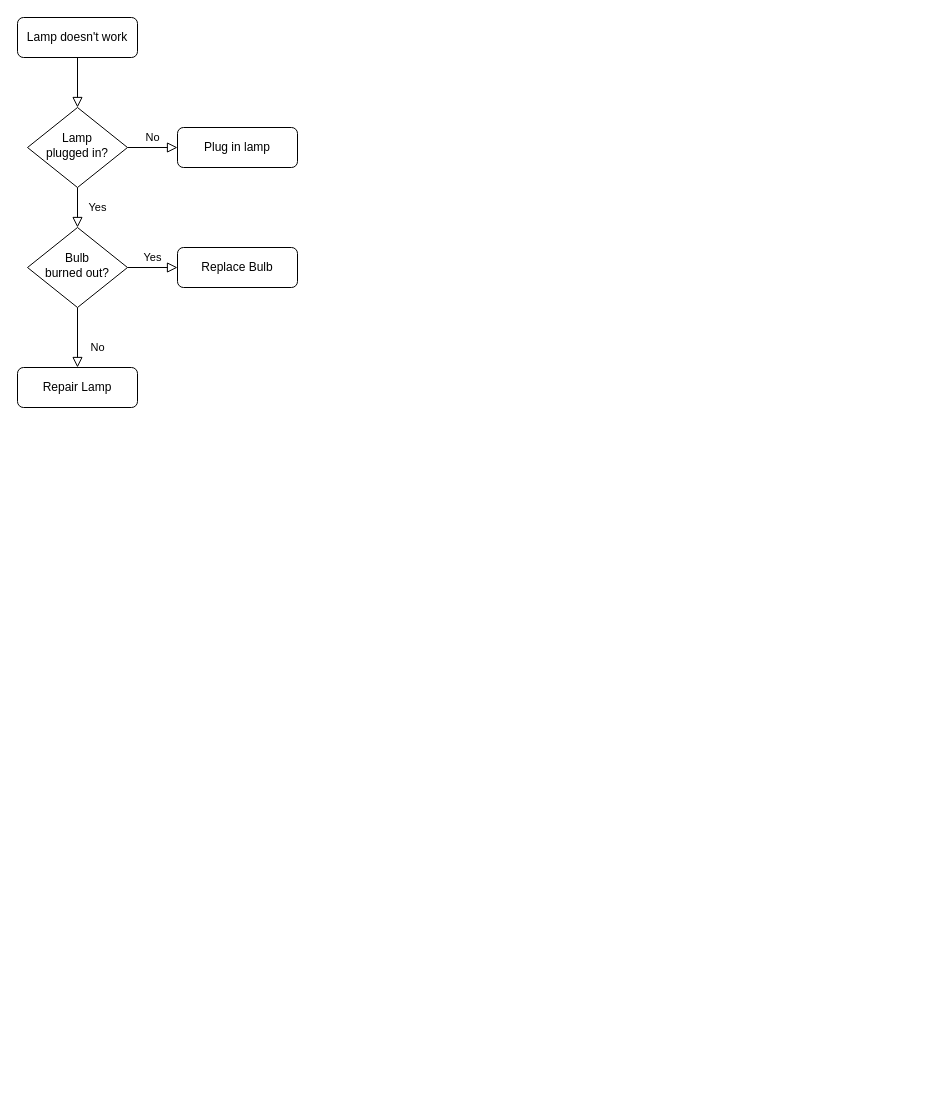
The draw.io diagram XVI Project Translation Generate Flow.drawio in SmileSB1O1/draw-active, before the edit. Source tidied: cells renumbered, new cells numbered last; positions are measured from the earlier drawing's top-left corner, leaving out a move shared by most shapes. Both pictures are drawn from the tidied source at 100%, with x=0, y=0 at pixel (17, 17).
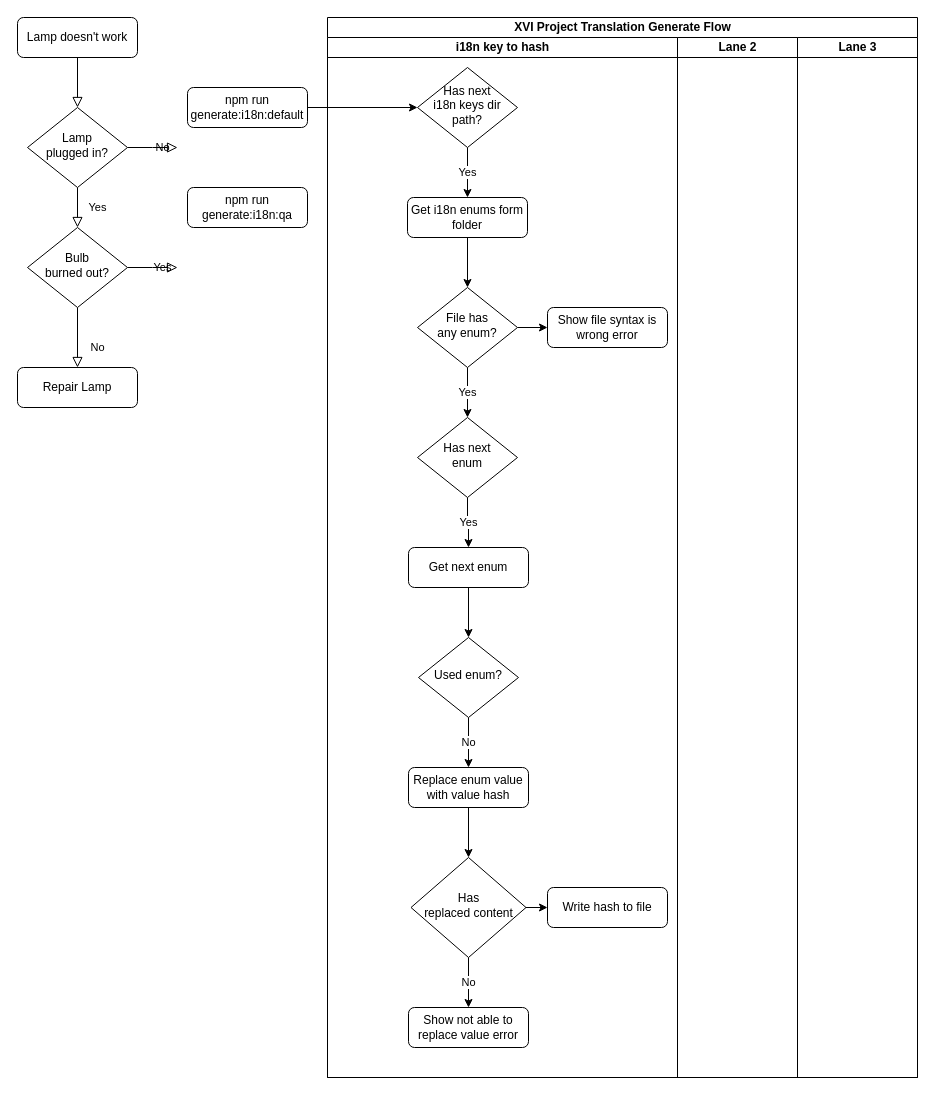
The same diagram, later.

Unchanged cells that the change refers to:
```xml
<mxCell id="6" value="Lamp&lt;br&gt;plugged in?" style="rhombus;whiteSpace=wrap;html=1;shadow=0;fontFamily=Helvetica;fontSize=12;align=center;strokeWidth=1;spacing=6;spacingTop=-4;" parent="1" vertex="1">
  <mxGeometry x="10" y="90" width="100" height="80" as="geometry" />
</mxCell>
<mxCell id="10" value="Bulb&lt;br&gt;burned out?" style="rhombus;whiteSpace=wrap;html=1;shadow=0;fontFamily=Helvetica;fontSize=12;align=center;strokeWidth=1;spacing=6;spacingTop=-4;" parent="1" vertex="1">
  <mxGeometry x="10" y="210" width="100" height="80" as="geometry" />
</mxCell>
```

What changed in the source:
```diff
@@
-    <mxCell id="5" value="No" style="edgeStyle=orthogonalEdgeStyle;rounded=0;html=1;jettySize=auto;fontSize=11;endArrow=block;endFill=0;endSize=8;strokeWidth=1;shadow=0;labelBackgroundColor=none;" parent="1" edge="1" source="6" target="7">
-      <mxGeometry y="10" relative="1" as="geometry" />
+    <mxCell id="5" value="No" style="edgeStyle=orthogonalEdgeStyle;rounded=0;html=1;jettySize=auto;fontSize=11;endArrow=block;endFill=0;endSize=8;strokeWidth=1;shadow=0;labelBackgroundColor=none;" parent="1" edge="1" source="6">
+      <mxGeometry y="10" relative="1" as="geometry">
+        <mxPoint x="160" y="130" as="targetPoint" />
+      </mxGeometry>
     </mxCell>
@@
-    <mxCell id="7" value="Plug in lamp" style="rounded=1;whiteSpace=wrap;html=1;fontSize=12;glass=0;strokeWidth=1;shadow=0;" parent="1" vertex="1">
-      <mxGeometry x="160" y="110" width="120" height="40" as="geometry" />
-    </mxCell>
@@
-    <mxCell id="9" value="Yes" style="edgeStyle=orthogonalEdgeStyle;rounded=0;html=1;jettySize=auto;fontSize=11;endArrow=block;endFill=0;endSize=8;strokeWidth=1;shadow=0;labelBackgroundColor=none;" parent="1" edge="1" source="10" target="12">
-      <mxGeometry y="10" relative="1" as="geometry" />
+    <mxCell id="9" value="Yes" style="edgeStyle=orthogonalEdgeStyle;rounded=0;html=1;jettySize=auto;fontSize=11;endArrow=block;endFill=0;endSize=8;strokeWidth=1;shadow=0;labelBackgroundColor=none;" parent="1" edge="1" source="10">
+      <mxGeometry y="10" relative="1" as="geometry">
+        <mxPoint x="160" y="250" as="targetPoint" />
+      </mxGeometry>
     </mxCell>
@@
-    <mxCell id="12" value="Replace Bulb" style="rounded=1;whiteSpace=wrap;html=1;fontSize=12;glass=0;strokeWidth=1;shadow=0;" parent="1" vertex="1">
-      <mxGeometry x="160" y="230" width="120" height="40" as="geometry" />
-    </mxCell>
+    <mxCell id="13" value="XVI Project Translation Generate Flow" style="swimlane;startSize=20;html=1;" parent="1" vertex="1">
+      <mxGeometry x="310" width="590" height="1060" as="geometry" />
+    </mxCell>
+    <mxCell id="14" value="i18n key to hash" style="swimlane;startSize=20;html=1;" parent="13" vertex="1">
+      <mxGeometry y="20" width="350" height="1040" as="geometry" />
+    </mxCell>
+    <mxCell id="15" value="Yes" style="edgeStyle=orthogonalEdgeStyle;rounded=0;jettySize=auto;html=1;entryX=0.5;entryY=0;entryDx=0;entryDy=0;" parent="14" edge="1" source="16" target="18">
+      <mxGeometry relative="1" as="geometry" />
+    </mxCell>
+    <mxCell id="16" value="Has next&lt;div&gt;i18n keys dir path?&lt;/div&gt;" style="rhombus;whiteSpace=wrap;html=1;shadow=0;fontFamily=Helvetica;fontSize=12;align=center;strokeWidth=1;spacing=6;spacingTop=-4;" parent="14" vertex="1">
+      <mxGeometry x="90" y="30" width="100" height="80" as="geometry" />
+    </mxCell>
+    <mxCell id="17" style="edgeStyle=orthogonalEdgeStyle;rounded=0;jettySize=auto;html=1;entryX=0.5;entryY=0;entryDx=0;entryDy=0;" parent="14" edge="1" source="18" target="33">
+      <mxGeometry relative="1" as="geometry" />
+    </mxCell>
+    <mxCell id="18" value="Get i18n enums form folder" style="rounded=1;whiteSpace=wrap;html=1;fontSize=12;glass=0;strokeWidth=1;shadow=0;" parent="14" vertex="1">
+      <mxGeometry x="80" y="160" width="120" height="40" as="geometry" />
+    </mxCell>
+    <mxCell id="19" value="Yes" style="edgeStyle=orthogonalEdgeStyle;rounded=0;jettySize=auto;html=1;" parent="14" edge="1" source="20" target="22">
+      <mxGeometry relative="1" as="geometry" />
+    </mxCell>
+    <mxCell id="20" value="Has next&lt;div&gt;enum&lt;/div&gt;" style="rhombus;whiteSpace=wrap;html=1;shadow=0;fontFamily=Helvetica;fontSize=12;align=center;strokeWidth=1;spacing=6;spacingTop=-4;" parent="14" vertex="1">
+      <mxGeometry x="90" y="380" width="100" height="80" as="geometry" />
+    </mxCell>
+    <mxCell id="21" style="edgeStyle=orthogonalEdgeStyle;rounded=0;jettySize=auto;html=1;exitX=0.5;exitY=1;exitDx=0;exitDy=0;entryX=0.5;entryY=0;entryDx=0;entryDy=0;" parent="14" edge="1" source="22" target="24">
+      <mxGeometry relative="1" as="geometry" />
+    </mxCell>
+    <mxCell id="22" value="Get next enum" style="rounded=1;whiteSpace=wrap;html=1;fontSize=12;glass=0;strokeWidth=1;shadow=0;" parent="14" vertex="1">
+      <mxGeometry x="81" y="510" width="120" height="40" as="geometry" />
+    </mxCell>
+    <mxCell id="23" value="No" style="edgeStyle=orthogonalEdgeStyle;rounded=0;jettySize=auto;html=1;entryX=0.5;entryY=0;entryDx=0;entryDy=0;" parent="14" edge="1" source="24" target="26">
+      <mxGeometry relative="1" as="geometry" />
+    </mxCell>
+    <mxCell id="24" value="Used enum?" style="rhombus;whiteSpace=wrap;html=1;shadow=0;fontFamily=Helvetica;fontSize=12;align=center;strokeWidth=1;spacing=6;spacingTop=-4;" parent="14" vertex="1">
+      <mxGeometry x="91" y="600" width="100" height="80" as="geometry" />
+    </mxCell>
+    <mxCell id="25" style="edgeStyle=orthogonalEdgeStyle;rounded=0;jettySize=auto;html=1;" parent="14" edge="1" source="26" target="29">
+      <mxGeometry relative="1" as="geometry" />
+    </mxCell>
+    <mxCell id="26" value="Replace enum value&lt;div&gt;with value hash&lt;/div&gt;" style="rounded=1;whiteSpace=wrap;html=1;fontSize=12;glass=0;strokeWidth=1;shadow=0;" parent="14" vertex="1">
+      <mxGeometry x="81" y="730" width="120" height="40" as="geometry" />
+    </mxCell>
+    <mxCell id="27" value="No" style="edgeStyle=orthogonalEdgeStyle;rounded=0;jettySize=auto;html=1;entryX=0.5;entryY=0;entryDx=0;entryDy=0;" parent="14" edge="1" source="29" target="30">
+      <mxGeometry relative="1" as="geometry" />
+    </mxCell>
+    <mxCell id="28" style="edgeStyle=orthogonalEdgeStyle;rounded=0;jettySize=auto;html=1;entryX=0;entryY=0.5;entryDx=0;entryDy=0;" parent="14" edge="1" source="29" target="35">
+      <mxGeometry relative="1" as="geometry" />
+    </mxCell>
+    <mxCell id="29" value="Has&lt;div&gt;replaced content&lt;/div&gt;" style="rhombus;whiteSpace=wrap;html=1;shadow=0;fontFamily=Helvetica;fontSize=12;align=center;strokeWidth=1;spacing=6;spacingTop=-4;" parent="14" vertex="1">
+      <mxGeometry x="83.5" y="820" width="115" height="100" as="geometry" />
+    </mxCell>
+    <mxCell id="30" value="Show not able to replace value error" style="rounded=1;whiteSpace=wrap;html=1;fontSize=12;glass=0;strokeWidth=1;shadow=0;" parent="14" vertex="1">
+      <mxGeometry x="81" y="970" width="120" height="40" as="geometry" />
+    </mxCell>
+    <mxCell id="31" value="Yes" style="edgeStyle=orthogonalEdgeStyle;rounded=0;jettySize=auto;html=1;entryX=0.5;entryY=0;entryDx=0;entryDy=0;" parent="14" edge="1" source="33" target="20">
+      <mxGeometry relative="1" as="geometry" />
+    </mxCell>
+    <mxCell id="32" style="edgeStyle=orthogonalEdgeStyle;rounded=0;jettySize=auto;html=1;exitX=1;exitY=0.5;exitDx=0;exitDy=0;entryX=0;entryY=0.5;entryDx=0;entryDy=0;" parent="14" edge="1" source="33" target="34">
+      <mxGeometry relative="1" as="geometry" />
+    </mxCell>
+    <mxCell id="33" value="File has&lt;div&gt;any enum?&lt;/div&gt;" style="rhombus;whiteSpace=wrap;html=1;shadow=0;fontFamily=Helvetica;fontSize=12;align=center;strokeWidth=1;spacing=6;spacingTop=-4;" parent="14" vertex="1">
+      <mxGeometry x="90" y="250" width="100" height="80" as="geometry" />
+    </mxCell>
+    <mxCell id="34" value="Show file syntax is wrong error" style="rounded=1;whiteSpace=wrap;html=1;fontSize=12;glass=0;strokeWidth=1;shadow=0;" parent="14" vertex="1">
+      <mxGeometry x="220" y="270" width="120" height="40" as="geometry" />
+    </mxCell>
+    <mxCell id="35" value="Write hash to file" style="rounded=1;whiteSpace=wrap;html=1;fontSize=12;glass=0;strokeWidth=1;shadow=0;" parent="14" vertex="1">
+      <mxGeometry x="220" y="850" width="120" height="40" as="geometry" />
+    </mxCell>
+    <mxCell id="36" value="Lane 2" style="swimlane;startSize=20;html=1;" parent="13" vertex="1">
+      <mxGeometry x="350" y="20" width="120" height="1040" as="geometry" />
+    </mxCell>
+    <mxCell id="37" value="Lane 3" style="swimlane;startSize=20;html=1;" parent="13" vertex="1">
+      <mxGeometry x="470" y="20" width="120" height="1040" as="geometry" />
+    </mxCell>
+    <mxCell id="38" style="edgeStyle=orthogonalEdgeStyle;rounded=0;jettySize=auto;html=1;entryX=0;entryY=0.5;entryDx=0;entryDy=0;" parent="1" edge="1" source="39" target="16">
+      <mxGeometry relative="1" as="geometry" />
+    </mxCell>
+    <mxCell id="39" value="npm run&lt;div&gt;generate:i18n:default&lt;/div&gt;" style="rounded=1;whiteSpace=wrap;html=1;fontSize=12;glass=0;strokeWidth=1;shadow=0;" parent="1" vertex="1">
+      <mxGeometry x="170" y="70" width="120" height="40" as="geometry" />
+    </mxCell>
+    <mxCell id="40" value="npm run&lt;div&gt;generate:i18n:qa&lt;/div&gt;" style="rounded=1;whiteSpace=wrap;html=1;fontSize=12;glass=0;strokeWidth=1;shadow=0;" parent="1" vertex="1">
+      <mxGeometry x="170" y="170" width="120" height="40" as="geometry" />
+    </mxCell>
```
